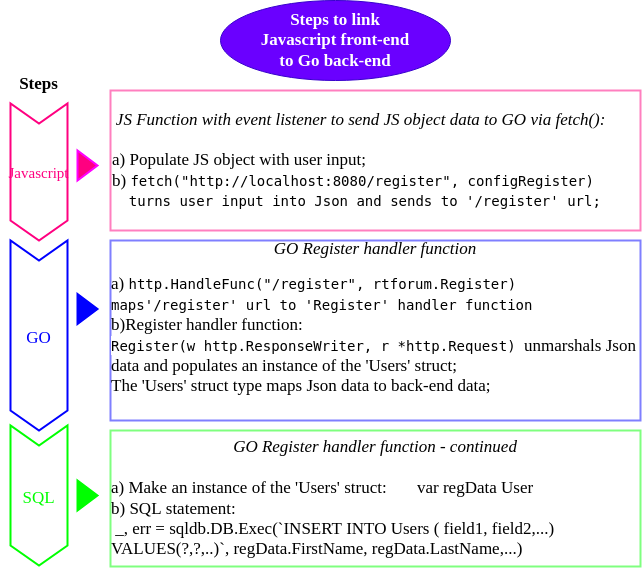
This is Steps_to_link_front-end_to_back-end.png from AthenaHTA2/real-time-forum, a draw.io export, as it was before one commit. Source tidied: cells renumbered, new cells last; positions are measured from the earlier drawing's top-left corner, leaving out a move shared by most shapes. Its diagram source:
```xml
<mxGraphModel background="#FFFFFF">
  <root>
    <mxCell id="0" />
    <mxCell id="1" parent="0" />
    <mxCell id="2" value="&lt;font style=&quot;font-size: 17px&quot; face=&quot;Times New Roman&quot;&gt;&lt;b&gt;Steps to link&lt;br&gt;Javascript front-end&lt;br&gt;to Go back-end&lt;/b&gt;&lt;/font&gt;" style="ellipse;whiteSpace=wrap;html=1;align=center;newEdgeStyle={&quot;edgeStyle&quot;:&quot;entityRelationEdgeStyle&quot;,&quot;startArrow&quot;:&quot;none&quot;,&quot;endArrow&quot;:&quot;none&quot;,&quot;segment&quot;:10,&quot;curved&quot;:1};fillColor=#6a00ff;strokeColor=#3700CC;fontColor=#ffffff;" parent="1" vertex="1">
      <mxGeometry x="220" width="230" height="80" as="geometry" />
    </mxCell>
    <mxCell id="3" value="Steps" style="swimlane;horizontal=1;fillColor=none;strokeColor=none;stackBorder=10;align=center;fontColor=#000000;fontFamily=Times New Roman;fontSize=17;" parent="1" vertex="1">
      <mxGeometry y="70" width="77" height="180" as="geometry" />
    </mxCell>
    <mxCell id="4" value="Javascript" style="shape=step;perimeter=stepPerimeter;fixedSize=1;fontFamily=Times New Roman;fontSize=15;strokeColor=#FF0080;fillColor=#FFFFFF;direction=south;strokeWidth=2;fontColor=#FF0080;" parent="3" vertex="1">
      <mxGeometry x="10" y="33" width="57" height="137" as="geometry" />
    </mxCell>
    <mxCell id="5" value="GO" style="shape=step;perimeter=stepPerimeter;fixedSize=1;fontFamily=Times New Roman;fontSize=17;strokeColor=#0000FF;fillColor=#FFFFFF;direction=south;strokeWidth=2;fontColor=#0000FF;" parent="1" vertex="1">
      <mxGeometry x="10" y="240" width="57" height="190" as="geometry" />
    </mxCell>
    <mxCell id="6" value="SQL" style="shape=step;perimeter=stepPerimeter;fixedSize=1;fontFamily=Times New Roman;fontSize=17;strokeColor=#00FF00;fillColor=#FFFFFF;direction=south;strokeWidth=2;fontColor=#00FF00;" parent="1" vertex="1">
      <mxGeometry x="10" y="425" width="57" height="140" as="geometry" />
    </mxCell>
    <mxCell id="7" value="&lt;div style=&quot;text-align: center&quot;&gt;&lt;span style=&quot;background-color: rgb(255 , 255 , 255)&quot;&gt;&lt;font color=&quot;#000000&quot;&gt;&lt;i&gt;JS Function with event listener to send JS object data to GO via fetch():&lt;/i&gt;&lt;/font&gt;&lt;/span&gt;&lt;/div&gt;&lt;div style=&quot;text-align: center&quot;&gt;&lt;span style=&quot;background-color: rgb(255 , 255 , 255)&quot;&gt;&lt;font color=&quot;#000000&quot;&gt;&lt;br&gt;&lt;/font&gt;&lt;/span&gt;&lt;/div&gt;&lt;span style=&quot;background-color: rgb(255 , 255 , 255)&quot;&gt;&lt;font color=&quot;#000000&quot;&gt;a) Populate JS object with user input;&lt;br&gt;b)&amp;nbsp;&lt;span style=&quot;font-family: &amp;#34;droid sans mono&amp;#34; , &amp;#34;monospace&amp;#34; , monospace ; font-size: 14px&quot;&gt;fetch&lt;/span&gt;&lt;span style=&quot;font-family: &amp;#34;droid sans mono&amp;#34; , &amp;#34;monospace&amp;#34; , monospace ; font-size: 14px&quot;&gt;(&lt;/span&gt;&lt;span style=&quot;font-family: &amp;#34;droid sans mono&amp;#34; , &amp;#34;monospace&amp;#34; , monospace ; font-size: 14px&quot;&gt;&quot;http://localhost:8080/register&quot;&lt;/span&gt;&lt;span style=&quot;font-family: &amp;#34;droid sans mono&amp;#34; , &amp;#34;monospace&amp;#34; , monospace ; font-size: 14px&quot;&gt;, &lt;/span&gt;&lt;span style=&quot;font-family: &amp;#34;droid sans mono&amp;#34; , &amp;#34;monospace&amp;#34; , monospace ; font-size: 14px&quot;&gt;configRegister&lt;/span&gt;&lt;/font&gt;&lt;span style=&quot;font-family: &amp;#34;droid sans mono&amp;#34; , &amp;#34;monospace&amp;#34; , monospace ; font-size: 14px&quot;&gt;&lt;font color=&quot;#000000&quot;&gt;)&lt;br&gt;&amp;nbsp; turns user input into Json and sends to '/register' url;&amp;nbsp;&lt;/font&gt;&lt;br&gt;&lt;/span&gt;&lt;/span&gt;" style="html=1;whiteSpace=wrap;fontFamily=Times New Roman;fontSize=17;fontColor=#994C00;strokeColor=#FF0080;strokeWidth=2;fillColor=#FFFFFF;opacity=50;align=left;" parent="1" vertex="1">
      <mxGeometry x="110" y="90" width="530" height="140" as="geometry" />
    </mxCell>
    <mxCell id="8" style="triangle;html=1;whiteSpace=wrap;fontFamily=Times New Roman;fontSize=17;fontColor=#FF0080;strokeColor=#FF00FF;strokeWidth=2;fillColor=#FF0080;labelBackgroundColor=#FF0080;" parent="1" vertex="1">
      <mxGeometry x="77" y="150" width="20" height="30" as="geometry" />
    </mxCell>
    <mxCell id="9" value="&lt;p style=&quot;line-height: 1&quot;&gt;&lt;span style=&quot;color: rgb(0 , 0 , 0)&quot;&gt;&lt;br&gt;&lt;i&gt;GO Register handler function&lt;/i&gt;&lt;br&gt;&lt;/span&gt;&lt;/p&gt;&lt;div style=&quot;text-align: left&quot;&gt;&lt;font color=&quot;#000000&quot;&gt;a)&lt;/font&gt;&amp;nbsp;&lt;span style=&quot;color: rgb(153 , 76 , 0) ; background-color: rgb(255 , 255 , 255)&quot;&gt;&lt;font color=&quot;#000000&quot;&gt;&lt;span style=&quot;font-family: &amp;#34;droid sans mono&amp;#34; , &amp;#34;monospace&amp;#34; , monospace ; font-size: 14px&quot;&gt;http.&lt;/span&gt;&lt;span style=&quot;font-family: &amp;#34;droid sans mono&amp;#34; , &amp;#34;monospace&amp;#34; , monospace ; font-size: 14px&quot;&gt;HandleFunc&lt;/span&gt;&lt;span style=&quot;font-family: &amp;#34;droid sans mono&amp;#34; , &amp;#34;monospace&amp;#34; , monospace ; font-size: 14px&quot;&gt;(&lt;/span&gt;&lt;span style=&quot;font-family: &amp;#34;droid sans mono&amp;#34; , &amp;#34;monospace&amp;#34; , monospace ; font-size: 14px&quot;&gt;&quot;/register&quot;&lt;/span&gt;&lt;span style=&quot;font-family: &amp;#34;droid sans mono&amp;#34; , &amp;#34;monospace&amp;#34; , monospace ; font-size: 14px&quot;&gt;, rtforum.Register)&lt;/span&gt;&lt;/font&gt;&lt;/span&gt;&lt;/div&gt;&lt;span style=&quot;background-color: rgb(255 , 255 , 255)&quot;&gt;&lt;div style=&quot;text-align: left&quot;&gt;&lt;span style=&quot;font-family: &amp;#34;droid sans mono&amp;#34; , &amp;#34;monospace&amp;#34; , monospace ; font-size: 14px ; color: rgb(0 , 0 , 0) ; line-height: 1&quot;&gt;maps'/register' url to 'Register' handler function&lt;/span&gt;&lt;/div&gt;&lt;/span&gt;&lt;font color=&quot;#000000&quot;&gt;&lt;div style=&quot;text-align: left&quot;&gt;&lt;font color=&quot;#000000&quot;&gt;b)Register&amp;nbsp;&lt;/font&gt;&lt;span&gt;handler function:&lt;/span&gt;&lt;/div&gt;&lt;/font&gt;&lt;font color=&quot;#000000&quot;&gt;&lt;div style=&quot;text-align: left&quot;&gt;&lt;font color=&quot;#000000&quot;&gt;&lt;span style=&quot;background-color: rgb(255 , 255 , 255)&quot;&gt;&lt;span style=&quot;font-family: &amp;#34;droid sans mono&amp;#34; , &amp;#34;monospace&amp;#34; , monospace ; font-size: 14px&quot;&gt;Register&lt;/span&gt;&lt;span style=&quot;font-family: &amp;#34;droid sans mono&amp;#34; , &amp;#34;monospace&amp;#34; , monospace ; font-size: 14px&quot;&gt;(w http.ResponseWriter, r &lt;/span&gt;&lt;span style=&quot;font-family: &amp;#34;droid sans mono&amp;#34; , &amp;#34;monospace&amp;#34; , monospace ; font-size: 14px&quot;&gt;*&lt;/span&gt;&lt;span style=&quot;font-family: &amp;#34;droid sans mono&amp;#34; , &amp;#34;monospace&amp;#34; , monospace ; font-size: 14px&quot;&gt;http.Request)&lt;/span&gt;&lt;/span&gt;&lt;/font&gt;&lt;span style=&quot;color: rgb(255 , 255 , 255) ; font-family: &amp;#34;droid sans mono&amp;#34; , &amp;#34;monospace&amp;#34; , monospace ; font-size: 14px ; background-color: rgb(255 , 255 , 255)&quot;&gt; &lt;/span&gt;&lt;span&gt;unmarshals Json data and populates an instance of the 'Users' struct;&lt;/span&gt;&lt;/div&gt;&lt;/font&gt;&lt;font color=&quot;#000000&quot;&gt;&lt;div style=&quot;text-align: left&quot;&gt;&lt;font color=&quot;#000000&quot;&gt;The 'Users'&amp;nbsp;&lt;/font&gt;&lt;span&gt;struct type&amp;nbsp;&lt;/span&gt;&lt;font color=&quot;#000000&quot;&gt;maps&amp;nbsp;&lt;/font&gt;&lt;span&gt;Json data to&amp;nbsp;&lt;/span&gt;&lt;font color=&quot;#000000&quot;&gt;back-end data;&lt;/font&gt;&lt;/div&gt;&lt;/font&gt;&lt;br&gt;&lt;font color=&quot;#000000&quot;&gt;&lt;br&gt;&lt;/font&gt;&lt;p&gt;&lt;/p&gt;" style="html=1;whiteSpace=wrap;fontFamily=Times New Roman;fontSize=17;fontColor=#994C00;strokeColor=#0000FF;strokeWidth=2;fillColor=#FFFFFF;opacity=50;" parent="1" vertex="1">
      <mxGeometry x="110" y="240" width="530" height="180" as="geometry" />
    </mxCell>
    <mxCell id="10" style="triangle;html=1;whiteSpace=wrap;fontFamily=Times New Roman;fontSize=17;fontColor=#994C00;strokeColor=#0000FF;strokeWidth=2;fillColor=#0000FF;" parent="1" vertex="1">
      <mxGeometry x="77" y="293.5" width="20" height="30" as="geometry" />
    </mxCell>
    <mxCell id="11" value="&lt;font color=&quot;#000000&quot;&gt;&lt;i&gt;GO Register handler function - continued&lt;br&gt;&lt;/i&gt;&lt;br&gt;&lt;div style=&quot;text-align: left&quot;&gt;a) Make an instance of the 'Users' struct:&lt;span style=&quot;white-space: pre&quot;&gt;&#9;&lt;/span&gt;var regData User&lt;/div&gt;&lt;div style=&quot;text-align: left&quot;&gt;&lt;span&gt;b) SQL statement:&lt;/span&gt;&lt;/div&gt;&lt;div style=&quot;text-align: left&quot;&gt;&lt;span&gt;&amp;nbsp;_, err = sqldb.DB.Exec(`INSERT INTO Users ( field1, field2,...) VALUES(?,?,..)`, regData.FirstName, regData.LastName,...)&amp;nbsp;&lt;/span&gt;&lt;/div&gt;&lt;/font&gt;" style="html=1;whiteSpace=wrap;fontFamily=Times New Roman;fontSize=17;fontColor=#994C00;strokeColor=#00FF00;strokeWidth=2;fillColor=#FFFFFF;opacity=50;" parent="1" vertex="1">
      <mxGeometry x="110" y="430" width="530" height="136" as="geometry" />
    </mxCell>
    <mxCell id="12" style="triangle;html=1;whiteSpace=wrap;fontFamily=Times New Roman;fontSize=17;fontColor=#994C00;strokeColor=#00FF00;strokeWidth=2;fillColor=#00FF00;" parent="1" vertex="1">
      <mxGeometry x="77" y="480" width="20" height="30" as="geometry" />
    </mxCell>
  </root>
</mxGraphModel>
```
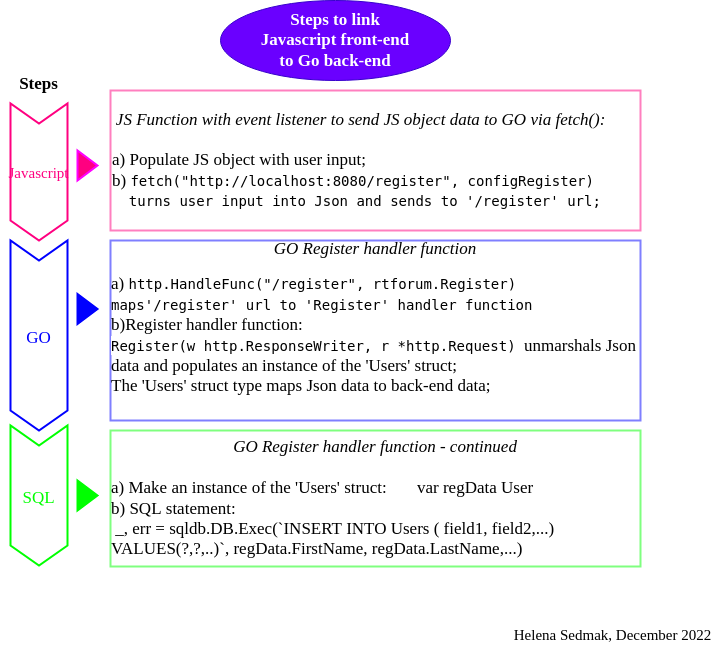
The same file after the commit.

Commit message:
front-to-back-end graph sign

Diff of the diagram source:
```diff
@@ -35,5 +35,8 @@
     <mxCell id="12" style="triangle;html=1;whiteSpace=wrap;fontFamily=Times New Roman;fontSize=17;fontColor=#994C00;strokeColor=#00FF00;strokeWidth=2;fillColor=#00FF00;" parent="1" vertex="1">
       <mxGeometry x="77" y="480" width="20" height="30" as="geometry" />
     </mxCell>
+    <mxCell id="13" value="&lt;font face=&quot;Times New Roman&quot; style=&quot;font-size: 15px&quot;&gt;Helena Sedmak, December 2022&lt;/font&gt;" style="text;html=1;strokeColor=none;fillColor=none;align=center;verticalAlign=middle;whiteSpace=wrap;rounded=0;" parent="1" vertex="1">
+      <mxGeometry x="498" y="619" width="229" height="30" as="geometry" />
+    </mxCell>
   </root>
 </mxGraphModel>
```
